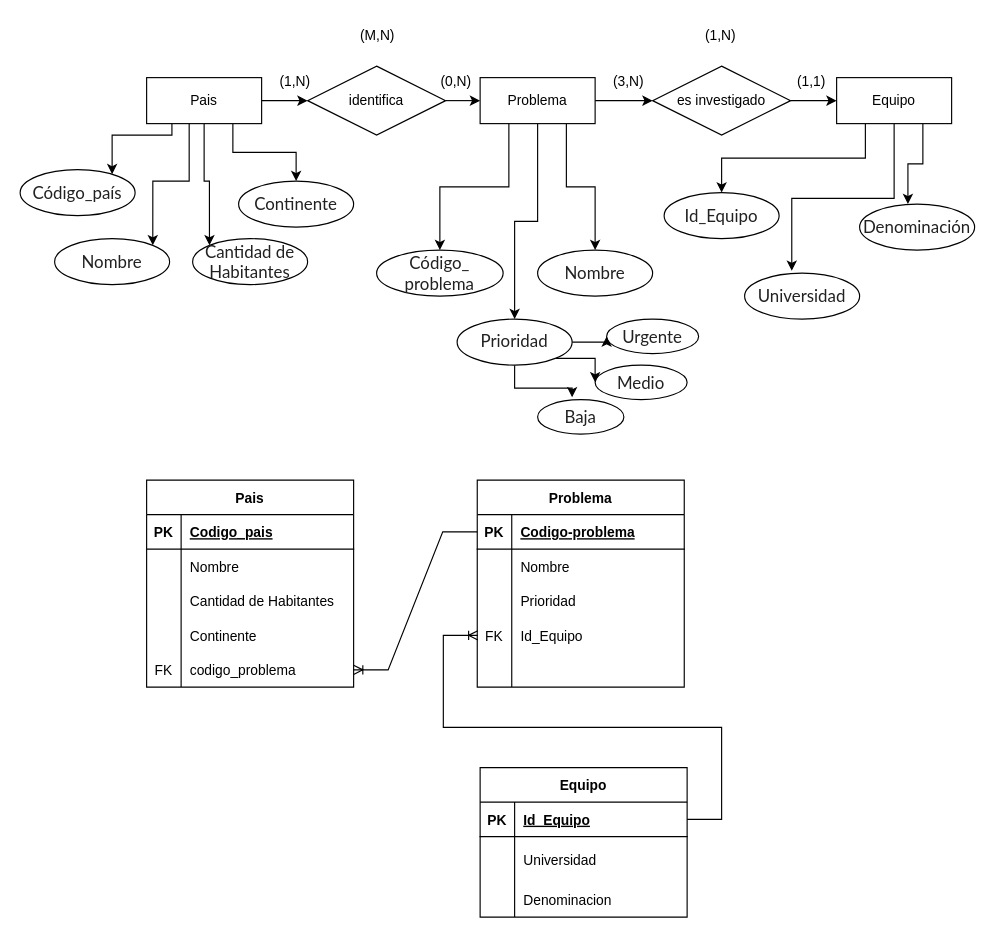
This is ej2 - paises y problemas.drawio from vilajp/informatorio, a draw.io file, before an edit. Source tidied: cells renumbered, new cells numbered last; positions are measured from the earlier drawing's top-left corner, leaving out a move shared by most shapes. Both pictures are drawn from the tidied source at 115%, with x=0, y=0 at pixel (20, 20).
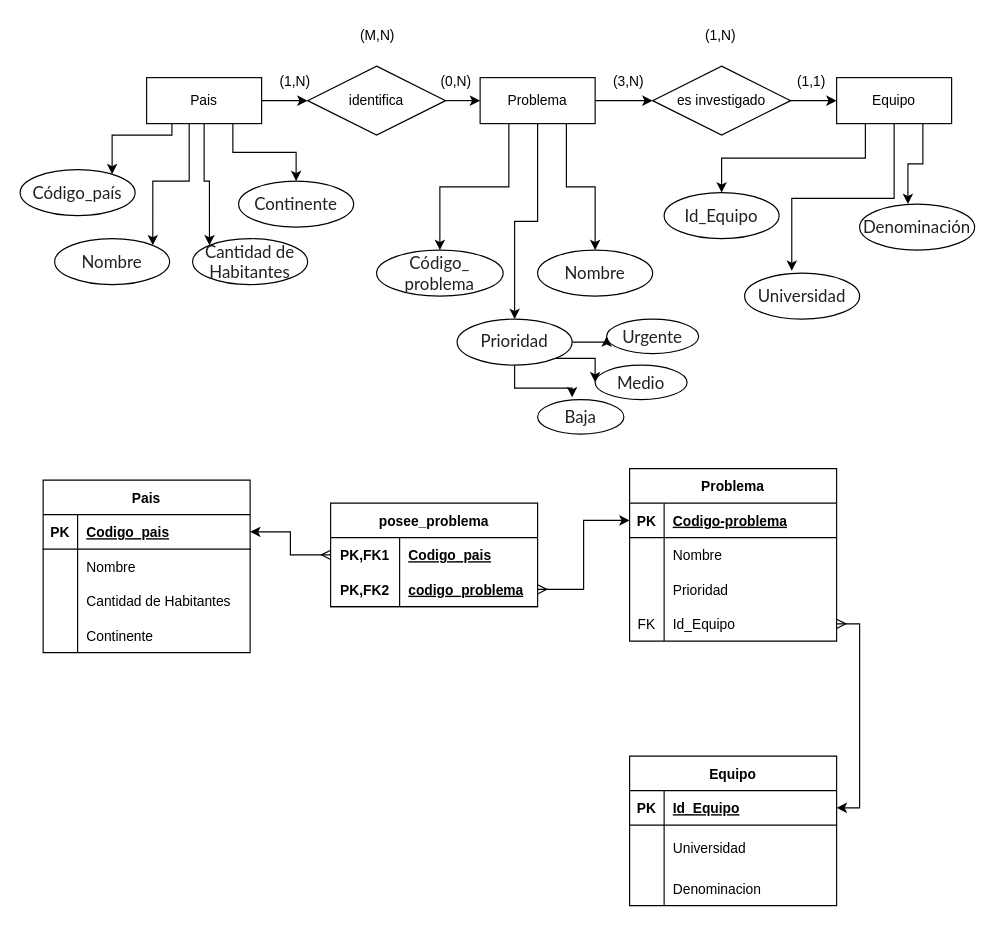
The same diagram, later.

Commit message:
se modifico muchos a muchos creando tabla

The change refers to these unchanged cells:
```xml
<mxCell id="45" style="shape=partialRectangle;fillColor=none;top=0;left=0;bottom=1;right=0;points=[[0,0.5],[1,0.5]];portConstraint=eastwest;" parent="44" vertex="1">
  <mxGeometry y="30" width="180" height="30" as="geometry" />
</mxCell>
<mxCell id="61" style="shape=partialRectangle;fillColor=none;top=0;left=0;bottom=1;right=0;points=[[0,0.5],[1,0.5]];portConstraint=eastwest;" parent="60" vertex="1">
  <mxGeometry y="30" width="180" height="30" as="geometry" />
</mxCell>
<mxCell id="70" style="shape=partialRectangle;fillColor=none;top=0;left=0;bottom=0;right=0;points=[[0,0.5],[1,0.5]];portConstraint=eastwest;" parent="60" vertex="1">
  <mxGeometry y="120" width="180" height="30" as="geometry" />
</mxCell>
<mxCell id="77" style="shape=partialRectangle;fillColor=none;top=0;left=0;bottom=1;right=0;points=[[0,0.5],[1,0.5]];portConstraint=eastwest;" parent="76" vertex="1">
  <mxGeometry y="30" width="180" height="30" as="geometry" />
</mxCell>
```

The edit, as a diff of the source:
```diff
@@
     <mxCell id="44" value="Pais" style="shape=table;startSize=30;childLayout=tableLayout;rowLines=0;fontStyle=1;align=center;" parent="1" vertex="1">
-      <mxGeometry x="110" y="400" width="180" height="180" as="geometry" />
+      <mxGeometry x="20" y="400" width="180" height="150" as="geometry" />
     </mxCell>
@@
-    <mxCell id="57" style="shape=partialRectangle;fillColor=none;top=0;left=0;bottom=0;right=0;points=[[0,0.5],[1,0.5]];portConstraint=eastwest;" parent="44" vertex="1">
-      <mxGeometry y="150" width="180" height="30" as="geometry" />
-    </mxCell>
-    <mxCell id="58" value="FK" style="shape=partialRectangle;fillColor=none;top=0;left=0;bottom=0;right=0;fontStyle=0;overflow=hidden;" parent="57" vertex="1">
-      <mxGeometry width="30" height="30" as="geometry" />
-    </mxCell>
-    <mxCell id="59" value="codigo_problema" style="shape=partialRectangle;fillColor=none;top=0;left=0;bottom=0;right=0;align=left;spacingLeft=6;fontStyle=0;overflow=hidden;" parent="57" vertex="1">
-      <mxGeometry x="30" width="150" height="30" as="geometry" />
-    </mxCell>
     <mxCell id="60" value="Problema" style="shape=table;startSize=30;childLayout=tableLayout;rowLines=0;fontStyle=1;align=center;" parent="1" vertex="1">
-      <mxGeometry x="397.5" y="400" width="180" height="180" as="geometry" />
+      <mxGeometry x="530" y="390" width="180" height="150" as="geometry" />
     </mxCell>
@@
-    <mxCell id="73" style="shape=partialRectangle;fillColor=none;top=0;left=0;bottom=0;right=0;" parent="60" vertex="1">
-      <mxGeometry y="150" width="180" height="30" as="geometry" />
-    </mxCell>
-    <mxCell id="74" style="shape=partialRectangle;fillColor=none;top=0;left=0;bottom=0;right=0;overflow=hidden;" parent="73" vertex="1">
-      <mxGeometry width="30" height="30" as="geometry" />
-    </mxCell>
-    <mxCell id="75" style="shape=partialRectangle;fillColor=none;top=0;left=0;bottom=0;right=0;align=left;spacingLeft=6;overflow=hidden;" parent="73" vertex="1">
-      <mxGeometry x="30" width="150" height="30" as="geometry" />
-    </mxCell>
     <mxCell id="76" value="Equipo" style="shape=table;startSize=30;childLayout=tableLayout;rowLines=0;fontStyle=1;align=center;" parent="1" vertex="1">
-      <mxGeometry x="400" y="650" width="180" height="130" as="geometry" />
+      <mxGeometry x="530" y="640" width="180" height="130" as="geometry" />
     </mxCell>
@@
-    <mxCell id="86" style="edgeStyle=entityRelationEdgeStyle;fontSize=12;html=1;endArrow=ERoneToMany;exitX=1;exitY=0.5;exitDx=0;exitDy=0;rounded=0;jumpStyle=gap;strokeWidth=1;" parent="1" edge="1" source="77">
-      <mxGeometry relative="1" as="geometry">
-        <mxPoint x="398" y="535" as="targetPoint" />
-      </mxGeometry>
-    </mxCell>
-    <mxCell id="87" style="edgeStyle=entityRelationEdgeStyle;fontSize=12;html=1;endArrow=ERoneToMany;exitX=0;exitY=0.5;exitDx=0;exitDy=0;rounded=0;entryX=1;entryY=0.5;entryDx=0;entryDy=0;" parent="1" edge="1" source="61" target="57">
-      <mxGeometry relative="1" as="geometry" />
-    </mxCell>
+    <mxCell id="88" value="posee_problema" style="shape=table;startSize=30;childLayout=tableLayout;rowLines=0;fontStyle=1;align=center;" parent="1" vertex="1">
+      <mxGeometry x="270" y="420" width="180" height="90" as="geometry" />
+    </mxCell>
+    <mxCell id="89" style="shape=partialRectangle;fillColor=none;top=0;left=0;bottom=0;right=0;points=[[0,0.5],[1,0.5]];portConstraint=eastwest;" parent="88" vertex="1">
+      <mxGeometry y="30" width="180" height="30" as="geometry" />
+    </mxCell>
+    <mxCell id="90" value="PK,FK1" style="shape=partialRectangle;fillColor=none;top=0;left=0;bottom=0;right=0;fontStyle=1;overflow=hidden;" parent="89" vertex="1">
+      <mxGeometry width="60" height="30" as="geometry" />
+    </mxCell>
+    <mxCell id="91" value="Codigo_pais" style="shape=partialRectangle;fillColor=none;top=0;left=0;bottom=0;right=0;align=left;spacingLeft=6;fontStyle=5;overflow=hidden;" parent="89" vertex="1">
+      <mxGeometry x="60" width="120" height="30" as="geometry" />
+    </mxCell>
+    <mxCell id="92" style="shape=partialRectangle;fillColor=none;top=0;left=0;bottom=1;right=0;points=[[0,0.5],[1,0.5]];portConstraint=eastwest;" parent="88" vertex="1">
+      <mxGeometry y="60" width="180" height="30" as="geometry" />
+    </mxCell>
+    <mxCell id="93" value="PK,FK2" style="shape=partialRectangle;fillColor=none;top=0;left=0;bottom=0;right=0;fontStyle=1;overflow=hidden;" parent="92" vertex="1">
+      <mxGeometry width="60" height="30" as="geometry" />
+    </mxCell>
+    <mxCell id="59" value="codigo_problema" style="shape=partialRectangle;fillColor=none;top=0;left=0;bottom=0;right=0;align=left;spacingLeft=6;fontStyle=5;overflow=hidden;" parent="92" vertex="1">
+      <mxGeometry x="60" width="120" height="30" as="geometry" />
+    </mxCell>
+    <mxCell id="94" style="edgeStyle=orthogonalEdgeStyle;rounded=0;jettySize=auto;html=1;exitX=0;exitY=0.5;exitDx=0;exitDy=0;entryX=1;entryY=0.5;entryDx=0;entryDy=0;startArrow=ERmany;startFill=0;" parent="1" edge="1" source="89" target="45">
+      <mxGeometry relative="1" as="geometry" />
+    </mxCell>
+    <mxCell id="95" style="edgeStyle=orthogonalEdgeStyle;rounded=0;jettySize=auto;html=1;exitX=1;exitY=0.5;exitDx=0;exitDy=0;entryX=0;entryY=0.5;entryDx=0;entryDy=0;startArrow=ERmany;startFill=0;" parent="1" edge="1" source="92" target="61">
+      <mxGeometry relative="1" as="geometry" />
+    </mxCell>
+    <mxCell id="96" style="edgeStyle=orthogonalEdgeStyle;rounded=0;jettySize=auto;html=1;exitX=1;exitY=0.5;exitDx=0;exitDy=0;startArrow=ERmany;startFill=0;entryX=1;entryY=0.5;entryDx=0;entryDy=0;" parent="1" edge="1" source="70" target="77">
+      <mxGeometry relative="1" as="geometry" />
+    </mxCell>
```
